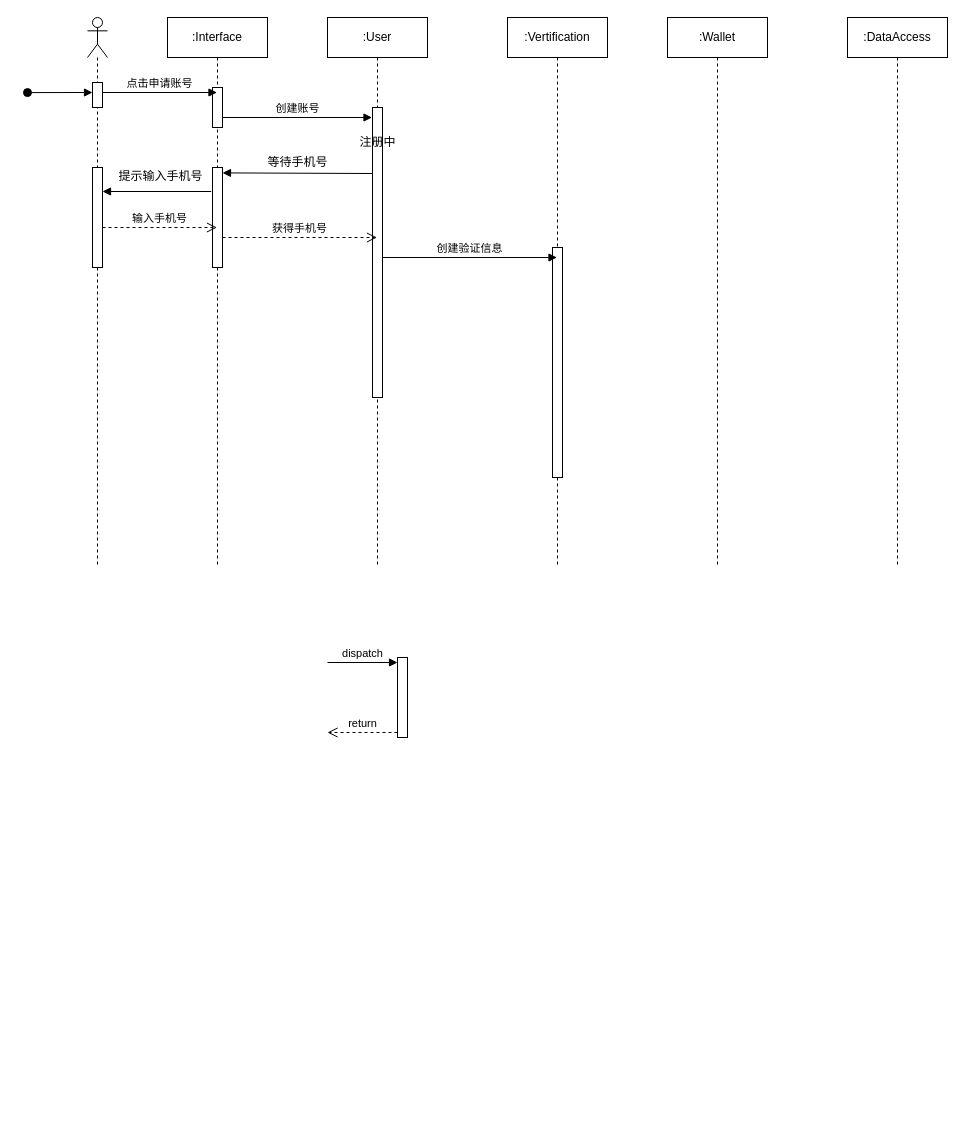
The draw.io diagram 注册时序图-正常流.drawio in PomeloLemon/SoftwareDiagrams, before the edit. Source tidied: cells renumbered, new cells numbered last; positions are measured from the earlier drawing's top-left corner, leaving out a move shared by most shapes. Both pictures are drawn from the tidied source at 100%, with x=0, y=0 at pixel (27, 17).
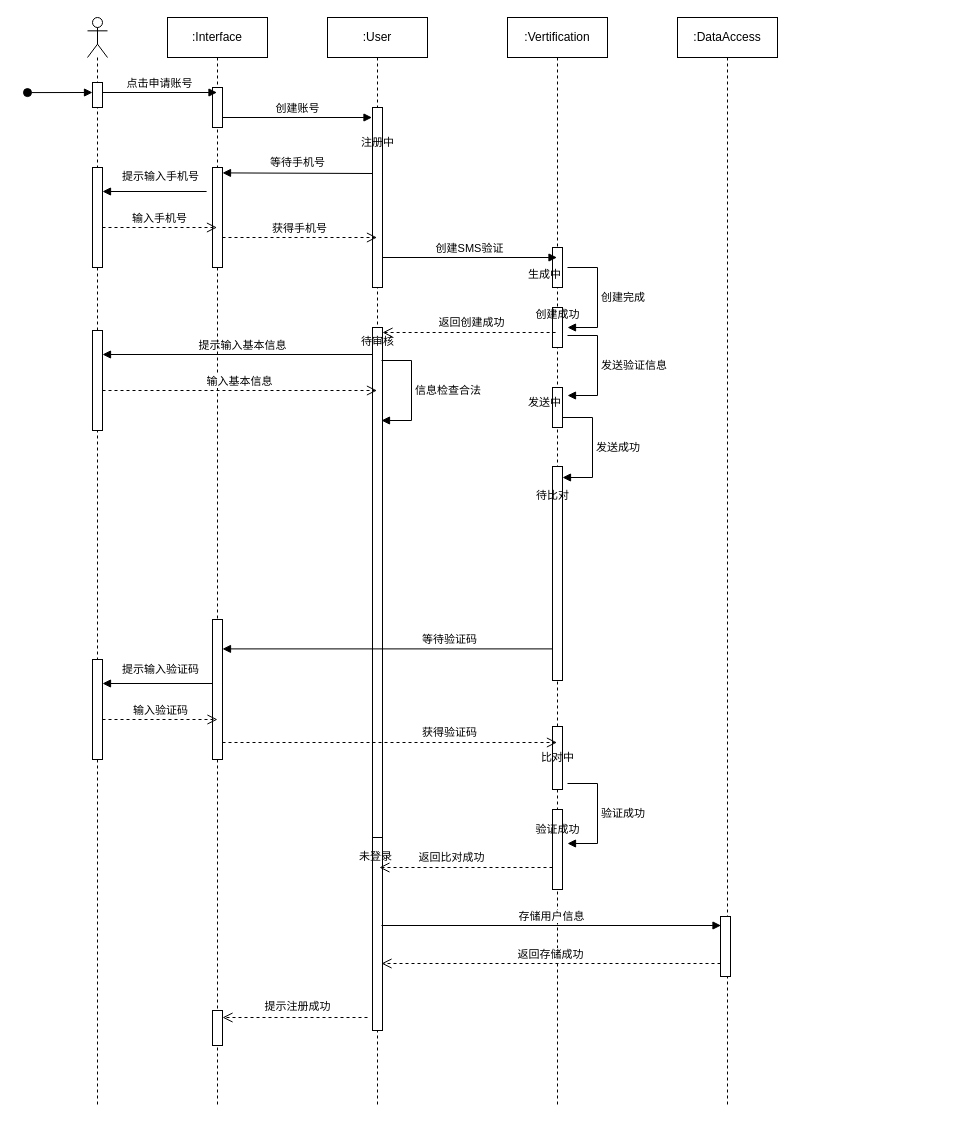
The same diagram, later.

Commit message (it also covers changes not shown here):
更新注册时序图-正常流.drawio

The edit, as a diff of the source:
```diff
@@
     <mxCell id="2" value=":User" style="shape=umlLifeline;perimeter=lifelinePerimeter;whiteSpace=wrap;html=1;outlineConnect=0;portConstraint=eastwest;newEdgeStyle={&quot;edgeStyle&quot;:&quot;elbowEdgeStyle&quot;,&quot;elbow&quot;:&quot;vertical&quot;,&quot;curved&quot;:0,&quot;rounded&quot;:0};" parent="1" vertex="1">
-      <mxGeometry x="300" width="100" height="550" as="geometry" />
+      <mxGeometry x="300" width="100" height="1090" as="geometry" />
     </mxCell>
     <mxCell id="3" style="html=1;perimeter=orthogonalPerimeter;targetShapes=umlLifeline;newEdgeStyle={&quot;curved&quot;:0,&quot;rounded&quot;:0};" parent="2" vertex="1">
-      <mxGeometry x="45" y="90" width="10" height="290" as="geometry" />
+      <mxGeometry x="45" y="90" width="10" height="180" as="geometry" />
     </mxCell>
+    <mxCell id="28" style="html=1;points=[];perimeter=orthogonalPerimeter;outlineConnect=0;targetShapes=umlLifeline;portConstraint=eastwest;newEdgeStyle={&quot;edgeStyle&quot;:&quot;elbowEdgeStyle&quot;,&quot;elbow&quot;:&quot;vertical&quot;,&quot;curved&quot;:0,&quot;rounded&quot;:0};" parent="2" vertex="1">
+      <mxGeometry x="45" y="310" width="10" height="520" as="geometry" />
+    </mxCell>
+    <mxCell id="29" style="html=1;perimeter=orthogonalPerimeter;targetShapes=umlLifeline;newEdgeStyle={&quot;curved&quot;:0,&quot;rounded&quot;:0};" parent="2" vertex="1">
+      <mxGeometry x="45" y="820" width="10" height="193" as="geometry" />
+    </mxCell>
+    <mxCell id="30" value="&lt;font style=&quot;font-size: 11px;&quot;&gt;未登录&lt;/font&gt;" style="text;html=1;align=center;verticalAlign=middle;strokeColor=none;fillColor=none;" parent="2" vertex="1">
+      <mxGeometry x="18" y="824" width="60" height="30" as="geometry" />
+    </mxCell>
     <mxCell id="4" value=":Vertification" style="shape=umlLifeline;perimeter=lifelinePerimeter;whiteSpace=wrap;html=1;outlineConnect=0;portConstraint=eastwest;newEdgeStyle={&quot;edgeStyle&quot;:&quot;elbowEdgeStyle&quot;,&quot;elbow&quot;:&quot;vertical&quot;,&quot;curved&quot;:0,&quot;rounded&quot;:0};" parent="1" vertex="1">
-      <mxGeometry x="480" width="100" height="550" as="geometry" />
+      <mxGeometry x="480" width="100" height="1090" as="geometry" />
     </mxCell>
     <mxCell id="5" style="html=1;perimeter=orthogonalPerimeter;targetShapes=umlLifeline;newEdgeStyle={&quot;edgeStyle&quot;:&quot;elbowEdgeStyle&quot;,&quot;elbow&quot;:&quot;vertical&quot;,&quot;curved&quot;:0,&quot;rounded&quot;:0};" parent="4" vertex="1">
-      <mxGeometry x="45" y="230" width="10" height="230" as="geometry" />
+      <mxGeometry x="45" y="230" width="10" height="40" as="geometry" />
     </mxCell>
-    <mxCell id="6" value=":Wallet" style="shape=umlLifeline;perimeter=lifelinePerimeter;whiteSpace=wrap;html=1;newEdgeStyle={&quot;curved&quot;:0,&quot;rounded&quot;:0};" parent="1" vertex="1">
-      <mxGeometry x="640" width="100" height="550" as="geometry" />
-    </mxCell>
+    <mxCell id="31" style="html=1;perimeter=orthogonalPerimeter;targetShapes=umlLifeline;newEdgeStyle={&quot;edgeStyle&quot;:&quot;elbowEdgeStyle&quot;,&quot;elbow&quot;:&quot;vertical&quot;,&quot;curved&quot;:0,&quot;rounded&quot;:0};" parent="4" vertex="1">
+      <mxGeometry x="45" y="290" width="10" height="40" as="geometry" />
+    </mxCell>
+    <mxCell id="32" style="html=1;perimeter=orthogonalPerimeter;targetShapes=umlLifeline;newEdgeStyle={&quot;curved&quot;:0,&quot;rounded&quot;:0};" parent="4" vertex="1">
+      <mxGeometry x="45" y="449" width="10" height="214" as="geometry" />
+    </mxCell>
+    <mxCell id="33" style="html=1;perimeter=orthogonalPerimeter;targetShapes=umlLifeline;newEdgeStyle={&quot;curved&quot;:0,&quot;rounded&quot;:0};" parent="4" vertex="1">
+      <mxGeometry x="45" y="709" width="10" height="63" as="geometry" />
+    </mxCell>
+    <mxCell id="34" style="html=1;perimeter=orthogonalPerimeter;targetShapes=umlLifeline;newEdgeStyle={&quot;curved&quot;:0,&quot;rounded&quot;:0};" parent="4" vertex="1">
+      <mxGeometry x="45" y="792" width="10" height="80" as="geometry" />
+    </mxCell>
+    <mxCell id="35" style="html=1;perimeter=orthogonalPerimeter;targetShapes=umlLifeline;newEdgeStyle={&quot;edgeStyle&quot;:&quot;elbowEdgeStyle&quot;,&quot;elbow&quot;:&quot;vertical&quot;,&quot;curved&quot;:0,&quot;rounded&quot;:0};" parent="4" vertex="1">
+      <mxGeometry x="45" y="370" width="10" height="40" as="geometry" />
+    </mxCell>
     <mxCell id="7" style="shape=umlLifeline;perimeter=lifelinePerimeter;whiteSpace=wrap;html=1;newEdgeStyle={&quot;curved&quot;:0,&quot;rounded&quot;:0};participant=umlActor;" parent="1" vertex="1">
-      <mxGeometry x="60" width="20" height="550" as="geometry" />
+      <mxGeometry x="60" width="20" height="1090" as="geometry" />
     </mxCell>
@@
     <mxCell id="11" value=":Interface" style="shape=umlLifeline;perimeter=lifelinePerimeter;whiteSpace=wrap;html=1;outlineConnect=0;portConstraint=eastwest;newEdgeStyle={&quot;curved&quot;:0,&quot;rounded&quot;:0};" parent="1" vertex="1">
-      <mxGeometry x="140" width="100" height="550" as="geometry" />
+      <mxGeometry x="140" width="100" height="1090" as="geometry" />
     </mxCell>
@@
+    <mxCell id="36" style="html=1;perimeter=orthogonalPerimeter;targetShapes=umlLifeline;newEdgeStyle={&quot;edgeStyle&quot;:&quot;elbowEdgeStyle&quot;,&quot;elbow&quot;:&quot;vertical&quot;,&quot;curved&quot;:0,&quot;rounded&quot;:0};" parent="11" vertex="1">
+      <mxGeometry x="45" y="993" width="10" height="35" as="geometry" />
+    </mxCell>
@@
     <mxCell id="15" value=":DataAccess" style="shape=umlLifeline;perimeter=lifelinePerimeter;whiteSpace=wrap;html=1;newEdgeStyle={&quot;curved&quot;:0,&quot;rounded&quot;:0};" parent="1" vertex="1">
-      <mxGeometry x="820" width="100" height="550" as="geometry" />
+      <mxGeometry x="650" width="100" height="1090" as="geometry" />
     </mxCell>
+    <mxCell id="37" style="html=1;points=[];perimeter=orthogonalPerimeter;outlineConnect=0;targetShapes=umlLifeline;portConstraint=eastwest;newEdgeStyle={&quot;edgeStyle&quot;:&quot;elbowEdgeStyle&quot;,&quot;elbow&quot;:&quot;vertical&quot;,&quot;curved&quot;:0,&quot;rounded&quot;:0};" parent="15" vertex="1">
+      <mxGeometry x="43" y="899" width="10" height="60" as="geometry" />
+    </mxCell>
@@
-    <mxCell id="17" style="html=1;points=[[0,0,0,0,5],[0,1,0,0,-5],[1,0,0,0,5],[1,1,0,0,-5]];perimeter=orthogonalPerimeter;outlineConnect=0;targetShapes=umlLifeline;portConstraint=eastwest;newEdgeStyle={&quot;curved&quot;:0,&quot;rounded&quot;:0};" parent="1" vertex="1">
-      <mxGeometry x="370" y="640" width="10" height="80" as="geometry" />
-    </mxCell>
-    <mxCell id="18" value="dispatch" style="html=1;verticalAlign=bottom;endArrow=block;curved=0;rounded=0;entryX=0;entryY=0;entryDx=0;entryDy=5;" parent="1" edge="1" target="17">
-      <mxGeometry relative="1" as="geometry">
-        <mxPoint x="300" y="645" as="sourcePoint" />
-      </mxGeometry>
-    </mxCell>
-    <mxCell id="19" value="return" style="html=1;verticalAlign=bottom;endArrow=open;dashed=1;endSize=8;curved=0;rounded=0;exitX=0;exitY=1;exitDx=0;exitDy=-5;" parent="1" edge="1" source="17">
-      <mxGeometry relative="1" as="geometry">
-        <mxPoint x="300" y="715" as="targetPoint" />
-      </mxGeometry>
-    </mxCell>
-    <mxCell id="20" value="注册中" style="text;html=1;align=center;verticalAlign=middle;strokeColor=none;fillColor=none;" parent="1" vertex="1">
+    <mxCell id="20" value="&lt;font style=&quot;font-size: 11px;&quot;&gt;注册中&lt;/font&gt;" style="text;html=1;align=center;verticalAlign=middle;strokeColor=none;fillColor=none;" parent="1" vertex="1">
       <mxGeometry x="320" y="110" width="60" height="30" as="geometry" />
     </mxCell>
-    <mxCell id="21" value="等待手机号" style="text;html=1;align=center;verticalAlign=middle;strokeColor=none;fillColor=none;" parent="1" vertex="1">
+    <mxCell id="21" value="&lt;font style=&quot;font-size: 11px;&quot;&gt;等待手机号&lt;/font&gt;" style="text;html=1;align=center;verticalAlign=middle;strokeColor=none;fillColor=none;" parent="1" vertex="1">
       <mxGeometry x="230" y="130" width="80" height="30" as="geometry" />
     </mxCell>
@@
-    <mxCell id="23" value="提示输入手机号" style="text;html=1;align=center;verticalAlign=middle;points=[];strokeColor=none;fillColor=none;" parent="1" vertex="1">
-      <mxGeometry x="78" y="144" width="110" height="30" as="geometry" />
+    <mxCell id="23" value="&lt;font style=&quot;font-size: 11px;&quot;&gt;提示输入手机号&lt;/font&gt;" style="text;html=1;align=center;verticalAlign=middle;points=[];strokeColor=none;fillColor=none;" parent="1" vertex="1">
+      <mxGeometry x="83" y="144" width="100" height="30" as="geometry" />
     </mxCell>
@@
-    <mxCell id="27" value="创建验证信息" style="html=1;verticalAlign=bottom;endArrow=block;curved=0;rounded=0;" parent="1" edge="1" target="4">
+    <mxCell id="27" value="创建SMS验证" style="html=1;verticalAlign=bottom;endArrow=block;curved=0;rounded=0;" parent="1" edge="1" target="4">
       <mxGeometry relative="1" as="geometry">
         <mxPoint x="355" y="240" as="sourcePoint" />
       </mxGeometry>
     </mxCell>
+    <mxCell id="38" value="&lt;font style=&quot;font-size: 11px;&quot;&gt;生成中&lt;span style=&quot;white-space: pre;&quot;&gt;&#9;&lt;/span&gt;&lt;/font&gt;" style="text;html=1;align=center;verticalAlign=middle;strokeColor=none;fillColor=none;" parent="1" vertex="1">
+      <mxGeometry x="490" y="242" width="70" height="30" as="geometry" />
+    </mxCell>
+    <mxCell id="39" value="&lt;font style=&quot;font-size: 11px;&quot;&gt;创建成功&lt;/font&gt;" style="text;html=1;align=center;verticalAlign=middle;strokeColor=none;fillColor=none;" parent="1" vertex="1">
+      <mxGeometry x="495" y="282" width="70" height="30" as="geometry" />
+    </mxCell>
+    <mxCell id="40" value="创建完成" style="html=1;align=left;spacingLeft=2;endArrow=block;rounded=0;edgeStyle=orthogonalEdgeStyle;curved=0;rounded=0;" parent="1" edge="1">
+      <mxGeometry relative="1" as="geometry">
+        <mxPoint x="540" y="250" as="sourcePoint" />
+        <mxPoint x="540" y="310" as="targetPoint" />
+        <Array as="points">
+          <mxPoint x="570" y="250" />
+          <mxPoint x="570" y="310" />
+        </Array>
+      </mxGeometry>
+    </mxCell>
+    <mxCell id="41" value="&lt;font style=&quot;font-size: 11px;&quot;&gt;待比对&lt;/font&gt;" style="text;html=1;align=center;verticalAlign=middle;strokeColor=none;fillColor=none;" parent="1" vertex="1">
+      <mxGeometry x="495" y="463" width="60" height="30" as="geometry" />
+    </mxCell>
+    <mxCell id="42" style="html=1;perimeter=orthogonalPerimeter;targetShapes=umlLifeline;newEdgeStyle={&quot;edgeStyle&quot;:&quot;elbowEdgeStyle&quot;,&quot;elbow&quot;:&quot;vertical&quot;,&quot;curved&quot;:0,&quot;rounded&quot;:0};" parent="1" vertex="1">
+      <mxGeometry x="65" y="313" width="10" height="100" as="geometry" />
+    </mxCell>
+    <mxCell id="43" style="html=1;perimeter=orthogonalPerimeter;targetShapes=umlLifeline;newEdgeStyle={&quot;edgeStyle&quot;:&quot;elbowEdgeStyle&quot;,&quot;elbow&quot;:&quot;vertical&quot;,&quot;curved&quot;:0,&quot;rounded&quot;:0};" parent="1" vertex="1">
+      <mxGeometry x="185" y="602" width="10" height="140" as="geometry" />
+    </mxCell>
+    <mxCell id="44" style="html=1;verticalAlign=bottom;endArrow=block;curved=0;rounded=0;" parent="1" edge="1">
+      <mxGeometry relative="1" as="geometry">
+        <mxPoint x="525" y="631.4" as="sourcePoint" />
+        <mxPoint x="195" y="631.4" as="targetPoint" />
+      </mxGeometry>
+    </mxCell>
+    <mxCell id="45" value="&lt;font style=&quot;font-size: 11px;&quot;&gt;提示输入基本信息&lt;/font&gt;" style="text;html=1;align=center;verticalAlign=middle;strokeColor=none;fillColor=none;" parent="1" vertex="1">
+      <mxGeometry x="160" y="313" width="110" height="30" as="geometry" />
+    </mxCell>
+    <mxCell id="46" value="输入基本信息" style="html=1;verticalAlign=bottom;endArrow=open;dashed=1;endSize=8;curved=0;rounded=0;" parent="1" edge="1" target="2">
+      <mxGeometry relative="1" as="geometry">
+        <mxPoint x="75" y="373" as="sourcePoint" />
+      </mxGeometry>
+    </mxCell>
+    <mxCell id="47" style="html=1;verticalAlign=bottom;endArrow=open;dashed=1;endSize=8;curved=0;rounded=0;" parent="1" edge="1">
+      <mxGeometry relative="1" as="geometry">
+        <mxPoint x="195" y="725" as="sourcePoint" />
+        <mxPoint x="529.5" y="725" as="targetPoint" />
+      </mxGeometry>
+    </mxCell>
+    <mxCell id="48" style="html=1;verticalAlign=bottom;endArrow=block;curved=0;rounded=0;" parent="1" edge="1" source="28">
+      <mxGeometry relative="1" as="geometry">
+        <mxPoint x="75" y="337" as="targetPoint" />
+      </mxGeometry>
+    </mxCell>
+    <mxCell id="49" value="发送验证信息" style="html=1;align=left;spacingLeft=2;endArrow=block;rounded=0;edgeStyle=orthogonalEdgeStyle;curved=0;rounded=0;" parent="1" edge="1">
+      <mxGeometry relative="1" as="geometry">
+        <mxPoint x="540" y="318" as="sourcePoint" />
+        <mxPoint x="540" y="378" as="targetPoint" />
+        <Array as="points">
+          <mxPoint x="570" y="318" />
+          <mxPoint x="570" y="378" />
+        </Array>
+      </mxGeometry>
+    </mxCell>
+    <mxCell id="50" value="&lt;font style=&quot;font-size: 11px;&quot;&gt;等待验证码&lt;/font&gt;" style="text;html=1;align=center;verticalAlign=middle;strokeColor=none;fillColor=none;" parent="1" vertex="1">
+      <mxGeometry x="382" y="607" width="80" height="30" as="geometry" />
+    </mxCell>
+    <mxCell id="51" value="&lt;font style=&quot;font-size: 11px;&quot;&gt;比对中&lt;/font&gt;" style="text;html=1;align=center;verticalAlign=middle;strokeColor=none;fillColor=none;" parent="1" vertex="1">
+      <mxGeometry x="500" y="725" width="60" height="30" as="geometry" />
+    </mxCell>
+    <mxCell id="52" value="&lt;font style=&quot;font-size: 11px;&quot;&gt;获得验证码&lt;/font&gt;" style="text;html=1;align=center;verticalAlign=middle;strokeColor=none;fillColor=none;" parent="1" vertex="1">
+      <mxGeometry x="382" y="700" width="80" height="30" as="geometry" />
+    </mxCell>
+    <mxCell id="53" value="&lt;font style=&quot;font-size: 11px;&quot;&gt;返回比对成功&lt;/font&gt;" style="text;html=1;align=center;verticalAlign=middle;strokeColor=none;fillColor=none;" parent="1" vertex="1">
+      <mxGeometry x="379" y="825" width="90" height="30" as="geometry" />
+    </mxCell>
+    <mxCell id="54" style="html=1;verticalAlign=bottom;endArrow=open;dashed=1;endSize=8;curved=0;rounded=0;" parent="1" edge="1">
+      <mxGeometry relative="1" as="geometry">
+        <mxPoint x="525" y="850" as="sourcePoint" />
+        <mxPoint x="351.9" y="850" as="targetPoint" />
+      </mxGeometry>
+    </mxCell>
+    <mxCell id="55" value="信息检查合法" style="html=1;align=left;spacingLeft=2;endArrow=block;rounded=0;edgeStyle=orthogonalEdgeStyle;curved=0;rounded=0;" parent="1" edge="1">
+      <mxGeometry relative="1" as="geometry">
+        <mxPoint x="354" y="343" as="sourcePoint" />
+        <mxPoint x="354" y="403" as="targetPoint" />
+        <Array as="points">
+          <mxPoint x="384" y="343" />
+          <mxPoint x="384" y="403" />
+        </Array>
+      </mxGeometry>
+    </mxCell>
+    <mxCell id="56" style="html=1;perimeter=orthogonalPerimeter;targetShapes=umlLifeline;newEdgeStyle={&quot;edgeStyle&quot;:&quot;elbowEdgeStyle&quot;,&quot;elbow&quot;:&quot;vertical&quot;,&quot;curved&quot;:0,&quot;rounded&quot;:0};" parent="1" vertex="1">
+      <mxGeometry x="65" y="642" width="10" height="100" as="geometry" />
+    </mxCell>
+    <mxCell id="57" value="&lt;font style=&quot;font-size: 11px;&quot;&gt;提示输入验证码&lt;/font&gt;" style="text;html=1;align=center;verticalAlign=middle;strokeColor=none;fillColor=none;" parent="1" vertex="1">
+      <mxGeometry x="83" y="637" width="100" height="30" as="geometry" />
+    </mxCell>
+    <mxCell id="58" value="输入验证码" style="html=1;verticalAlign=bottom;endArrow=open;dashed=1;endSize=8;curved=0;rounded=0;" parent="1" edge="1">
+      <mxGeometry relative="1" as="geometry">
+        <mxPoint x="75" y="702" as="sourcePoint" />
+        <mxPoint x="190" y="702" as="targetPoint" />
+      </mxGeometry>
+    </mxCell>
+    <mxCell id="59" style="html=1;verticalAlign=bottom;endArrow=block;curved=0;rounded=0;" parent="1" edge="1">
+      <mxGeometry relative="1" as="geometry">
+        <mxPoint x="185" y="666" as="sourcePoint" />
+        <mxPoint x="75" y="666" as="targetPoint" />
+      </mxGeometry>
+    </mxCell>
+    <mxCell id="60" value="&lt;font style=&quot;font-size: 11px;&quot;&gt;验证成功&lt;/font&gt;" style="text;html=1;align=center;verticalAlign=middle;strokeColor=none;fillColor=none;" parent="1" vertex="1">
+      <mxGeometry x="495" y="797" width="70" height="30" as="geometry" />
+    </mxCell>
+    <mxCell id="61" value="验证成功" style="html=1;align=left;spacingLeft=2;endArrow=block;rounded=0;edgeStyle=orthogonalEdgeStyle;curved=0;rounded=0;" parent="1" edge="1">
+      <mxGeometry relative="1" as="geometry">
+        <mxPoint x="540" y="766" as="sourcePoint" />
+        <mxPoint x="540" y="826" as="targetPoint" />
+        <Array as="points">
+          <mxPoint x="570" y="766" />
+          <mxPoint x="570" y="826" />
+        </Array>
+      </mxGeometry>
+    </mxCell>
+    <mxCell id="62" value="&lt;font style=&quot;font-size: 11px;&quot;&gt;待审核&lt;/font&gt;" style="text;html=1;align=center;verticalAlign=middle;strokeColor=none;fillColor=none;" parent="1" vertex="1">
+      <mxGeometry x="320" y="309" width="60" height="30" as="geometry" />
+    </mxCell>
+    <mxCell id="63" value="&lt;font style=&quot;font-size: 11px;&quot;&gt;返回创建成功&lt;/font&gt;" style="text;html=1;align=center;verticalAlign=middle;strokeColor=none;fillColor=none;" parent="1" vertex="1">
+      <mxGeometry x="399.1" y="290" width="90" height="30" as="geometry" />
+    </mxCell>
+    <mxCell id="64" style="html=1;verticalAlign=bottom;endArrow=open;dashed=1;endSize=8;curved=0;rounded=0;" parent="1" edge="1">
+      <mxGeometry relative="1" as="geometry">
+        <mxPoint x="528.1" y="315" as="sourcePoint" />
+        <mxPoint x="355" y="315" as="targetPoint" />
+      </mxGeometry>
+    </mxCell>
+    <mxCell id="65" value="&lt;font style=&quot;font-size: 11px;&quot;&gt;提示注册成功&lt;/font&gt;" style="text;html=1;align=center;verticalAlign=middle;strokeColor=none;fillColor=none;" parent="1" vertex="1">
+      <mxGeometry x="225" y="974" width="90" height="30" as="geometry" />
+    </mxCell>
+    <mxCell id="66" style="html=1;verticalAlign=bottom;endArrow=open;dashed=1;endSize=8;curved=0;rounded=0;" parent="1" edge="1">
+      <mxGeometry relative="1" as="geometry">
+        <mxPoint x="340" y="1000" as="sourcePoint" />
+        <mxPoint x="195" y="1000" as="targetPoint" />
+      </mxGeometry>
+    </mxCell>
+    <mxCell id="67" value="存储用户信息" style="html=1;verticalAlign=bottom;endArrow=block;curved=0;rounded=0;" parent="1" edge="1">
+      <mxGeometry relative="1" as="geometry">
+        <mxPoint x="354" y="908" as="sourcePoint" />
+        <mxPoint x="693.5" y="908" as="targetPoint" />
+      </mxGeometry>
+    </mxCell>
+    <mxCell id="68" value="返回存储成功" style="html=1;verticalAlign=bottom;endArrow=open;dashed=1;endSize=8;curved=0;rounded=0;" parent="1" edge="1" source="37">
+      <mxGeometry relative="1" as="geometry">
+        <mxPoint x="354" y="946" as="targetPoint" />
+      </mxGeometry>
+    </mxCell>
+    <mxCell id="69" value="&lt;font style=&quot;font-size: 11px;&quot;&gt;发送中&lt;span style=&quot;white-space: pre;&quot;&gt;&#9;&lt;/span&gt;&lt;/font&gt;" style="text;html=1;align=center;verticalAlign=middle;strokeColor=none;fillColor=none;" parent="1" vertex="1">
+      <mxGeometry x="490" y="370" width="70" height="30" as="geometry" />
+    </mxCell>
+    <mxCell id="70" value="发送成功" style="html=1;align=left;spacingLeft=2;endArrow=block;rounded=0;edgeStyle=orthogonalEdgeStyle;curved=0;rounded=0;" parent="1" edge="1">
+      <mxGeometry relative="1" as="geometry">
+        <mxPoint x="535" y="400" as="sourcePoint" />
+        <mxPoint x="535" y="460" as="targetPoint" />
+        <Array as="points">
+          <mxPoint x="565" y="400" />
+          <mxPoint x="565" y="460" />
+        </Array>
+      </mxGeometry>
+    </mxCell>
```
